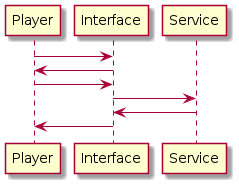
Above: docs/uml/NFD_Game.png in orion-services/game (PlantUML), before the change. The source it was exported from:
```plantuml
@startuml NFD_Game

Player -> Interface :
Player <- Interface :
Player -> Interface :
Interface -> Service :
Interface <- Service :
Player <- Interface :

@enduml
```
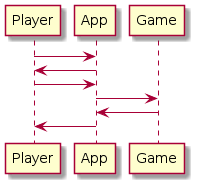
The same diagram one commit later.

Change to the diagram source:
```diff
@@ -1,10 +1,10 @@
 @startuml NFD_Game
 
-Player -> Interface :
-Player <- Interface :
-Player -> Interface :
-Interface -> Service :
-Interface <- Service :
-Player <- Interface :
+Player -> App :
+Player <- App :
+Player -> App :
+App -> Game :
+App <- Game :
+Player <- App :
 
 @enduml
```
